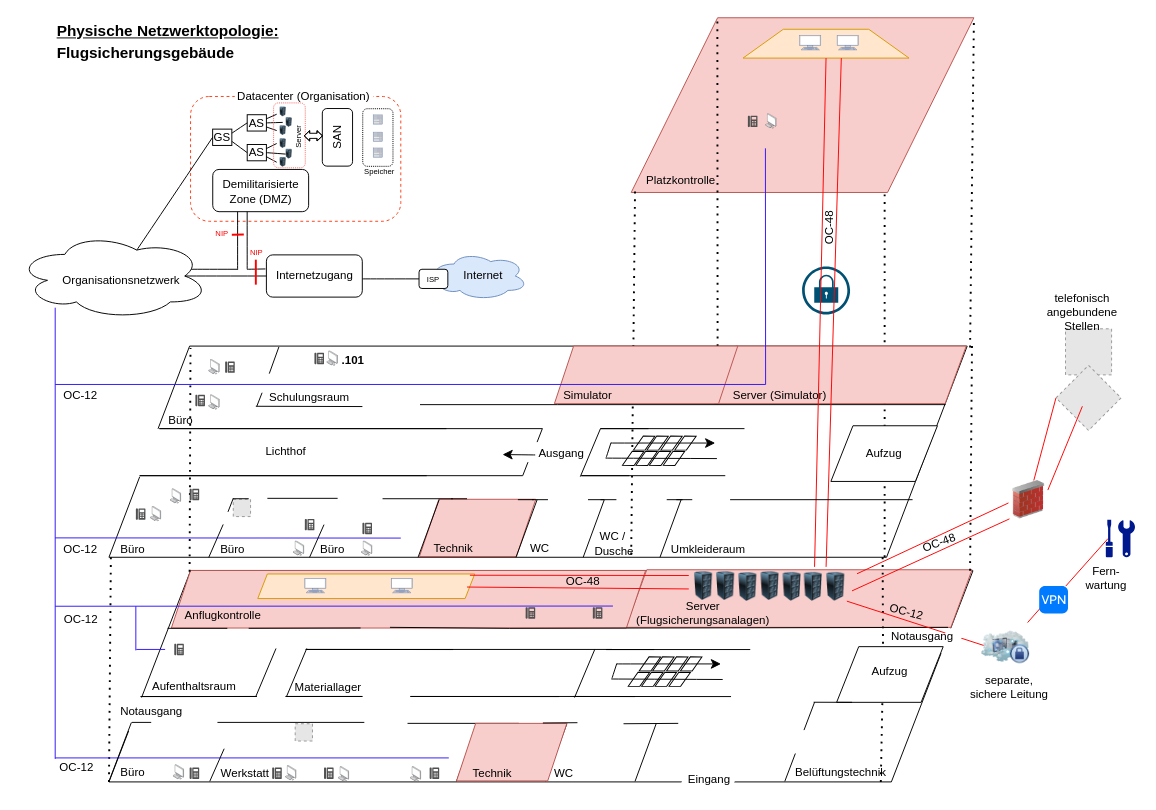
Before: Physische Netzwerktopologie.drawio in meetSeb/Computer-Network, a draw.io diagram. Source tidied: cells renumbered, new cells numbered last; positions are measured from the earlier drawing's top-left corner, leaving out a move shared by most shapes. Both pictures are drawn from the tidied source at 96%, with x=0, y=0 at pixel (16, 17). Pictures stored in the file or linked from it are replaced by grey dashed boxes.
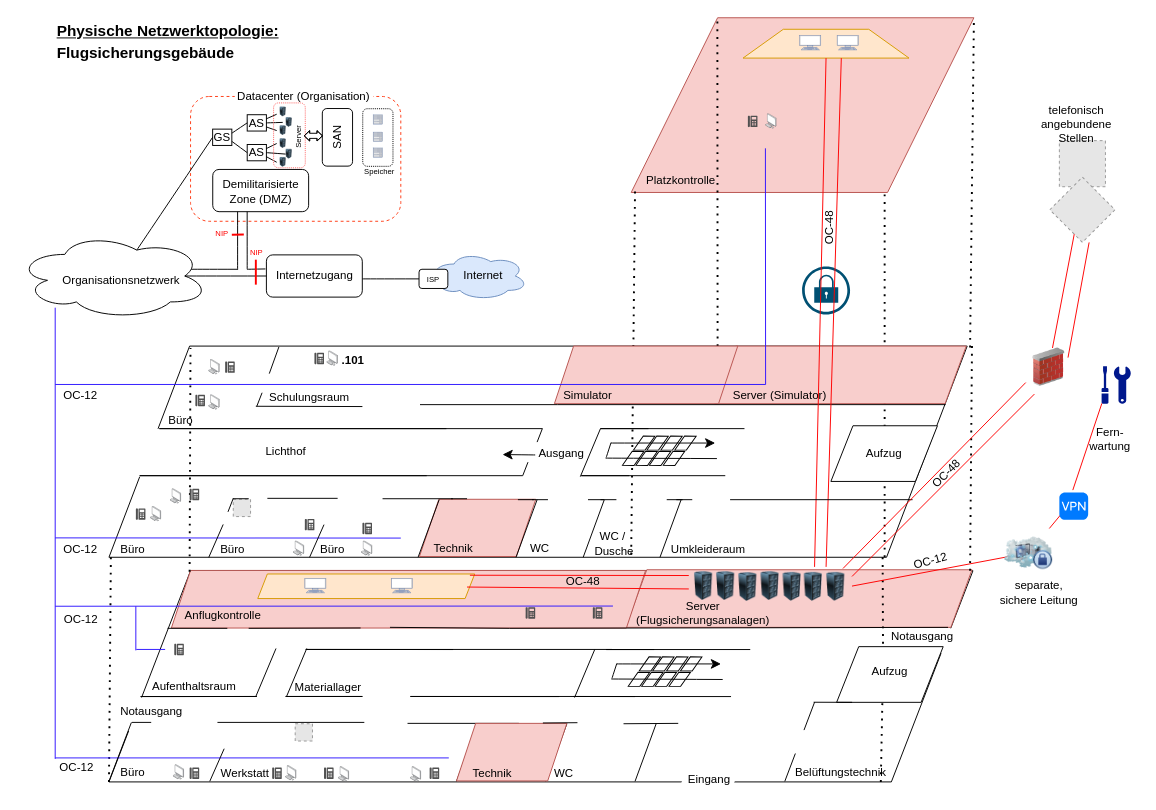
After the change.

The change refers to these unchanged cells:
```xml
<mxCell id="5" style="group;" parent="1" vertex="1">
  <mxGeometry x="151" y="575" width="909" height="77" as="geometry" />
</mxCell>
<mxCell id="14" style="image;html=1;image=img/lib/clip_art/computers/Server_Rack_128x128.png;" parent="5" vertex="1">
  <mxGeometry x="679" y="2.7" width="46.2" height="30" as="geometry" />
</mxCell>
```

Change to the diagram source:
```diff
@@
-    <mxCell id="20" style="endArrow=none;html=1;rounded=0;strokeColor=#FF0000;exitX=0;exitY=1;exitDx=0;exitDy=0;" parent="5" edge="1" source="51">
-      <mxGeometry relative="1" as="geometry">
-        <mxPoint x="719" y="22" as="targetPoint" />
-      </mxGeometry>
-    </mxCell>
@@
-    <mxCell id="26" value="OC-12" style="text;strokeColor=none;align=center;fillColor=none;html=1;verticalAlign=middle;whiteSpace=wrap;rounded=0;rotation=15;" parent="5" vertex="1">
-      <mxGeometry x="690.7" y="29" width="170" height="30" as="geometry" />
-    </mxCell>
@@
-    <mxCell id="44" style="endArrow=none;html=1;rounded=0;exitX=0.075;exitY=0.5;exitDx=0;exitDy=0;strokeColor=#FF0000;exitPerimeter=0;" parent="1" edge="1" source="46" target="45">
-      <mxGeometry relative="1" as="geometry" />
+    <mxCell id="44" style="endArrow=none;html=1;rounded=0;exitX=0.01;exitY=0.99;exitDx=0;exitDy=0;strokeColor=#FF0000;exitPerimeter=0;" parent="1" edge="1" source="46">
+      <mxGeometry relative="1" as="geometry">
+        <mxPoint x="1100" y="492" as="targetPoint" />
+      </mxGeometry>
     </mxCell>
     <mxCell id="45" style="html=1;strokeWidth=1;shadow=0;dashed=0;shape=mxgraph.ios7.misc.vpn;fillColor=#007AFF;strokeColor=none;buttonText=;strokeColor2=#222222;fontColor=#222222;fontSize=8;verticalLabelPosition=bottom;verticalAlign=top;align=center;sketch=0;" parent="1" vertex="1">
-      <mxGeometry x="1065" y="592" width="30" height="28.5" as="geometry" />
+      <mxGeometry x="1086" y="494.5" width="30" height="28.5" as="geometry" />
     </mxCell>
     <mxCell id="46" style="sketch=0;shadow=0;dashed=0;html=1;strokeColor=none;labelPosition=center;verticalLabelPosition=bottom;verticalAlign=top;align=center;fillColor=#00188D;shape=mxgraph.mscae.enterprise.maintenance;" parent="1" vertex="1">
-      <mxGeometry x="1134.4" y="523" width="30.4" height="39" as="geometry" />
+      <mxGeometry x="1130" y="363" width="30.4" height="39" as="geometry" />
     </mxCell>
     <mxCell id="47" style="fillColor=#E6E6E6;strokeColor=#999999;dashed=1;verticalLabelPosition=bottom;verticalAlign=top;" parent="1" vertex="1">
-      <mxGeometry x="1092.4" y="324" width="48" height="48" as="geometry" />
+      <mxGeometry x="1086" y="128" width="48" height="48" as="geometry" />
     </mxCell>
     <mxCell id="48" style="fillColor=#E6E6E6;strokeColor=#999999;dashed=1;verticalLabelPosition=bottom;verticalAlign=top;rotation=45;" parent="1" vertex="1">
-      <mxGeometry x="1092.4" y="372" width="48" height="48" as="geometry" />
+      <mxGeometry x="1086" y="176" width="48" height="48" as="geometry" />
     </mxCell>
-    <mxCell id="49" style="endArrow=none;html=1;rounded=0;strokeColor=#FF0000;entryX=1;entryY=0.25;entryDx=0;entryDy=0;" parent="1" edge="1">
+    <mxCell id="49" style="endArrow=none;html=1;rounded=0;strokeColor=#FF0000;" parent="1" edge="1">
       <mxGeometry relative="1" as="geometry">
-        <mxPoint x="1033" y="505.4" as="sourcePoint" />
-        <mxPoint x="875.2" y="579.2" as="targetPoint" />
+        <mxPoint x="1060" y="392" as="sourcePoint" />
+        <mxPoint x="870" y="582" as="targetPoint" />
       </mxGeometry>
     </mxCell>
-    <mxCell id="50" style="endArrow=none;html=1;rounded=0;strokeColor=#FF0000;exitX=0;exitY=1;exitDx=0;exitDy=0;" parent="1" edge="1" source="48" target="51">
+    <mxCell id="50" style="endArrow=none;html=1;rounded=0;strokeColor=#FF0000;exitX=0.75;exitY=1;exitDx=0;exitDy=0;" parent="1" edge="1" source="48" target="51">
       <mxGeometry relative="1" as="geometry" />
     </mxCell>
     <mxCell id="51" style="image;html=1;image=img/lib/clip_art/networking/Firewall_02_128x128.png;" parent="1" vertex="1">
-      <mxGeometry x="1034" y="482" width="40" height="40" as="geometry" />
+      <mxGeometry x="1055" y="344" width="40" height="40" as="geometry" />
     </mxCell>
-    <mxCell id="52" style="endArrow=none;html=1;rounded=0;strokeColor=#FF0000;entryX=0.271;entryY=0.529;entryDx=0;entryDy=0;entryPerimeter=0;exitX=0.75;exitY=1;exitDx=0;exitDy=0;" parent="1" edge="1" source="14" target="53">
-      <mxGeometry relative="1" as="geometry" />
+    <mxCell id="52" style="endArrow=none;html=1;rounded=0;strokeColor=#FF0000;entryX=0.271;entryY=0.529;entryDx=0;entryDy=0;entryPerimeter=0;" parent="1" edge="1" target="53">
+      <mxGeometry relative="1" as="geometry">
+        <mxPoint x="870" y="592" as="sourcePoint" />
+      </mxGeometry>
     </mxCell>
     <mxCell id="53" style="image;html=1;image=img/lib/clip_art/networking/Cloud_Computer_Private_128x128.png;" parent="1" vertex="1">
-      <mxGeometry x="1005" y="630" width="50" height="52" as="geometry" />
+      <mxGeometry x="1029" y="532" width="50" height="52" as="geometry" />
     </mxCell>
-    <mxCell id="54" value="separate, sichere Leitung" style="text;strokeColor=none;align=center;fillColor=none;html=1;verticalAlign=middle;whiteSpace=wrap;rounded=0;" parent="1" vertex="1">
-      <mxGeometry x="989" y="682" width="90" height="30" as="geometry" />
-    </mxCell>
     <mxCell id="55" value="Fern-wartung" style="text;strokeColor=none;align=center;fillColor=none;html=1;verticalAlign=middle;whiteSpace=wrap;rounded=0;" parent="1" vertex="1">
-      <mxGeometry x="1104.8" y="569" width="60" height="30" as="geometry" />
+      <mxGeometry x="1109" y="423.9" width="60" height="30" as="geometry" />
     </mxCell>
-    <mxCell id="56" style="endArrow=none;html=1;rounded=0;strokeColor=#FF0000;exitX=0;exitY=1;exitDx=0;exitDy=0;entryX=1;entryY=0.25;entryDx=0;entryDy=0;" parent="1" edge="1" target="51">
-      <mxGeometry relative="1" as="geometry">
-        <mxPoint x="1110" y="404.7" as="sourcePoint" />
-      </mxGeometry>
+    <mxCell id="56" style="endArrow=none;html=1;rounded=0;strokeColor=#FF0000;exitX=1.104;exitY=0.898;exitDx=0;exitDy=0;entryX=1;entryY=0.25;entryDx=0;entryDy=0;exitPerimeter=0;" parent="1" edge="1" source="48" target="51">
+      <mxGeometry relative="1" as="geometry" />
     </mxCell>
     <mxCell id="57" value="telefonisch angebundene Stellen" style="text;strokeColor=none;align=center;fillColor=none;html=1;verticalAlign=middle;whiteSpace=wrap;rounded=0;" parent="1" vertex="1">
-      <mxGeometry x="1080.4" y="292" width="60" height="30" as="geometry" />
+      <mxGeometry x="1074" y="96" width="60" height="30" as="geometry" />
     </mxCell>
@@
-    <mxCell id="196" value="OC-48" style="text;strokeColor=none;align=center;fillColor=none;html=1;verticalAlign=middle;whiteSpace=wrap;rounded=0;rotation=-20;" parent="1" vertex="1">
-      <mxGeometry x="876.2" y="532" width="170" height="30" as="geometry" />
+    <mxCell id="196" value="OC-48" style="text;strokeColor=none;align=center;fillColor=none;html=1;verticalAlign=middle;whiteSpace=wrap;rounded=0;rotation=-45;" parent="1" vertex="1">
+      <mxGeometry x="922" y="464.9" width="93" height="20" as="geometry" />
     </mxCell>
@@
+    <mxCell id="20" style="endArrow=none;html=1;rounded=0;strokeColor=#FF0000;exitX=0;exitY=1;exitDx=0;exitDy=0;entryX=0.75;entryY=0;entryDx=0;entryDy=0;" parent="1" edge="1">
+      <mxGeometry relative="1" as="geometry">
+        <mxPoint x="1051" y="380" as="sourcePoint" />
+        <mxPoint x="860.6" y="573.7" as="targetPoint" />
+      </mxGeometry>
+    </mxCell>
+    <mxCell id="26" value="OC-12" style="text;strokeColor=none;align=center;fillColor=none;html=1;verticalAlign=middle;whiteSpace=wrap;rounded=0;rotation=-15;" parent="1" vertex="1">
+      <mxGeometry x="907" y="556" width="90" height="20" as="geometry" />
+    </mxCell>
+    <mxCell id="54" value="separate, sichere Leitung" style="text;strokeColor=none;align=center;fillColor=none;html=1;verticalAlign=middle;whiteSpace=wrap;rounded=0;" parent="1" vertex="1">
+      <mxGeometry x="1020" y="584" width="90" height="30" as="geometry" />
+    </mxCell>
```
